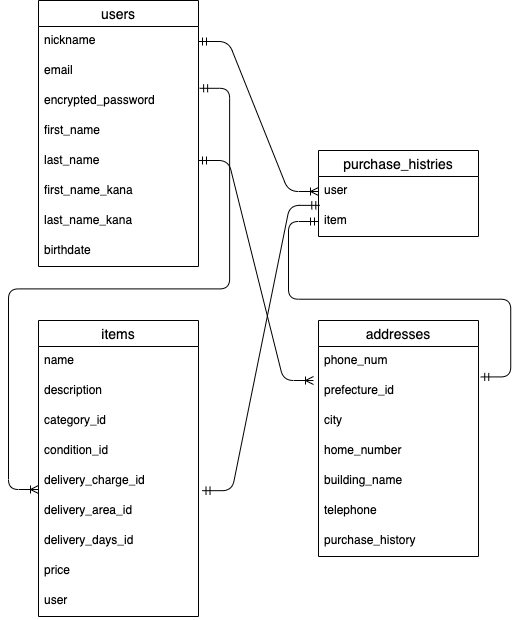
masataka-creator/furima-29611 keeps this draw.io diagram as ER.drawio.png. Above is the earlier version. Source tidied: cells renumbered, new cells last; positions are measured from the earlier drawing's top-left corner, leaving out a move shared by most shapes.
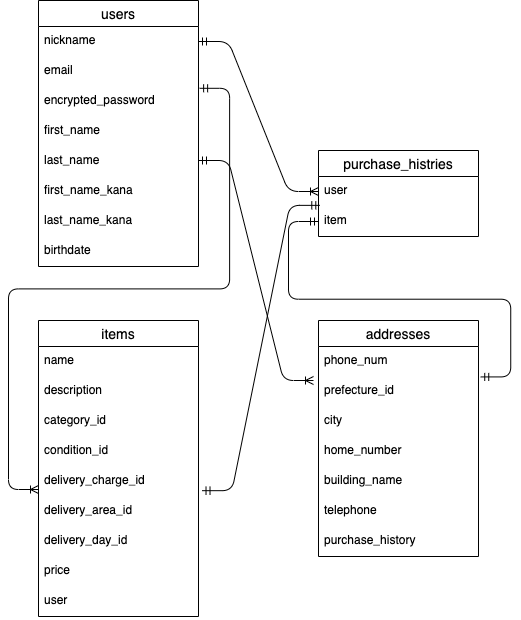
After the change.

The edit, as a diff of the source:
```diff
@@ -105,7 +105,7 @@
     <mxCell id="33" value="delivery_area_id" style="text;strokeColor=none;fillColor=none;spacingLeft=4;spacingRight=4;overflow=hidden;fontSize=12;" parent="27" vertex="1">
       <mxGeometry y="176" width="160" height="30" as="geometry" />
     </mxCell>
-    <mxCell id="34" value="delivery_days_id" style="text;strokeColor=none;fillColor=none;spacingLeft=4;spacingRight=4;overflow=hidden;fontSize=12;" parent="27" vertex="1">
+    <mxCell id="34" value="delivery_day_id" style="text;strokeColor=none;fillColor=none;spacingLeft=4;spacingRight=4;overflow=hidden;fontSize=12;" parent="27" vertex="1">
       <mxGeometry y="206" width="160" height="30" as="geometry" />
     </mxCell>
     <mxCell id="35" value="price" style="text;strokeColor=none;fillColor=none;spacingLeft=4;spacingRight=4;overflow=hidden;fontSize=12;" parent="27" vertex="1">
```
